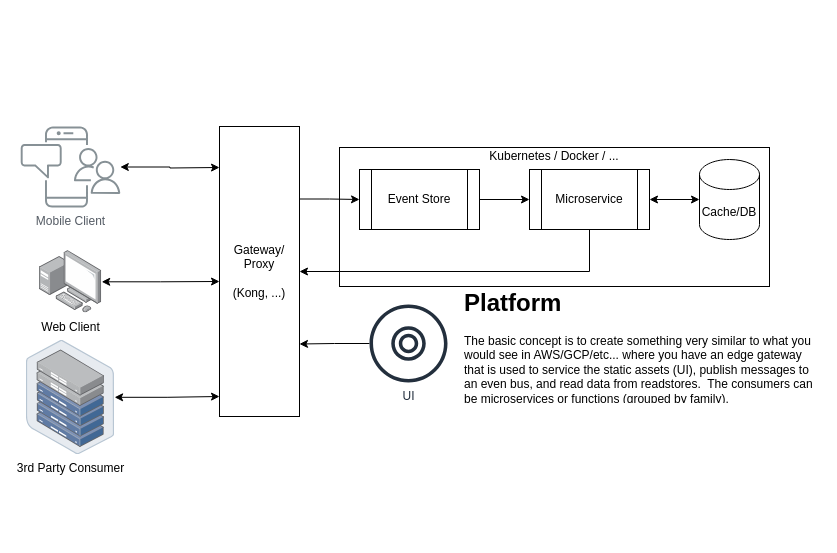
Above: page "Overview" (1 of 2) of docs/diagrams/platform.drawio in jdarling/ms-boilerplate (draw.io), before the change. Source tidied: cells renumbered, new cells numbered last; positions are measured from the earlier drawing's top-left corner, leaving out a move shared by most shapes. Both pictures are drawn from the tidied source at 100%, with x=0, y=0 at pixel (20, 126).
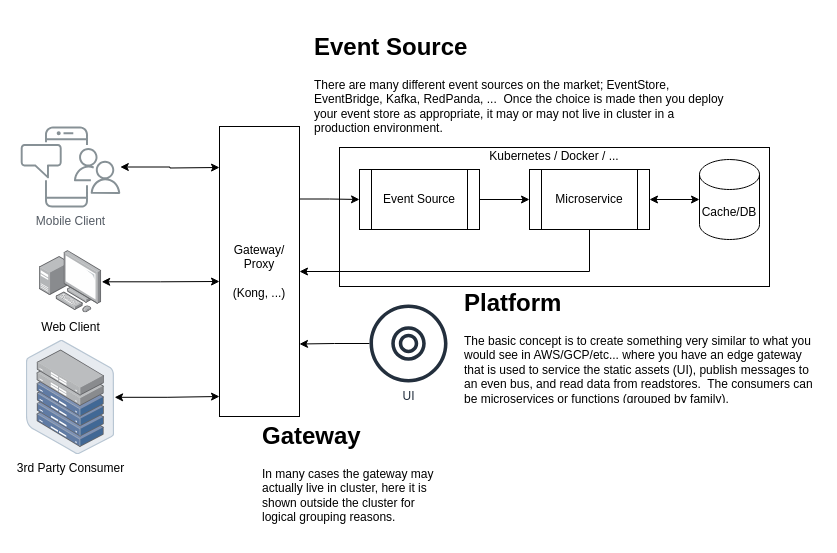
The same diagram, later.

What changed in the source:
```diff
@@
-    <mxCell id="10" value="Event Store" style="shape=process;whiteSpace=wrap;html=1;backgroundOutline=1;" parent="1" vertex="1">
+    <mxCell id="10" value="Event Source" style="shape=process;whiteSpace=wrap;html=1;backgroundOutline=1;" parent="1" vertex="1">
       <mxGeometry x="339" y="43" width="120" height="60" as="geometry" />
     </mxCell>
@@
+    <mxCell id="21" value="&lt;h1&gt;Event Source&lt;/h1&gt;&lt;p&gt;There are many different event sources on the market; EventStore, EventBridge, Kafka, RedPanda, ...&amp;nbsp; Once the choice is made then you deploy your event store as appropriate, it may or may not live in cluster in a production environment.&lt;/p&gt;" style="text;html=1;strokeColor=none;fillColor=none;spacing=5;spacingTop=-20;whiteSpace=wrap;overflow=hidden;rounded=0;" parent="1" vertex="1">
+      <mxGeometry x="289" y="-99" width="420" height="120" as="geometry" />
+    </mxCell>
+    <mxCell id="22" value="&lt;h1&gt;Gateway&lt;/h1&gt;&lt;p&gt;In many cases the gateway may actually live in cluster, here it is shown outside the cluster for logical grouping reasons.&lt;/p&gt;" style="text;html=1;strokeColor=none;fillColor=none;spacing=5;spacingTop=-20;whiteSpace=wrap;overflow=hidden;rounded=0;" parent="1" vertex="1">
+      <mxGeometry x="237" y="290" width="190" height="120" as="geometry" />
+    </mxCell>
```
